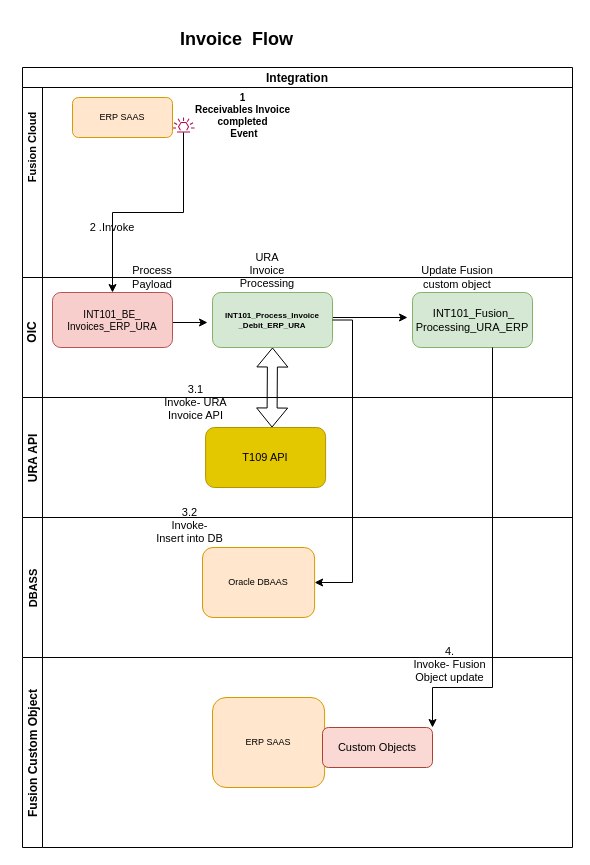
The draw.io diagram Invoice Flow Diagram.drawio in anantwag19/Workspace, before the edit. Source tidied: cells renumbered, new cells numbered last; positions are measured from the earlier drawing's top-left corner, leaving out a move shared by most shapes. Both pictures are drawn from the tidied source at 100%, with x=0, y=0 at pixel (-13, 27).
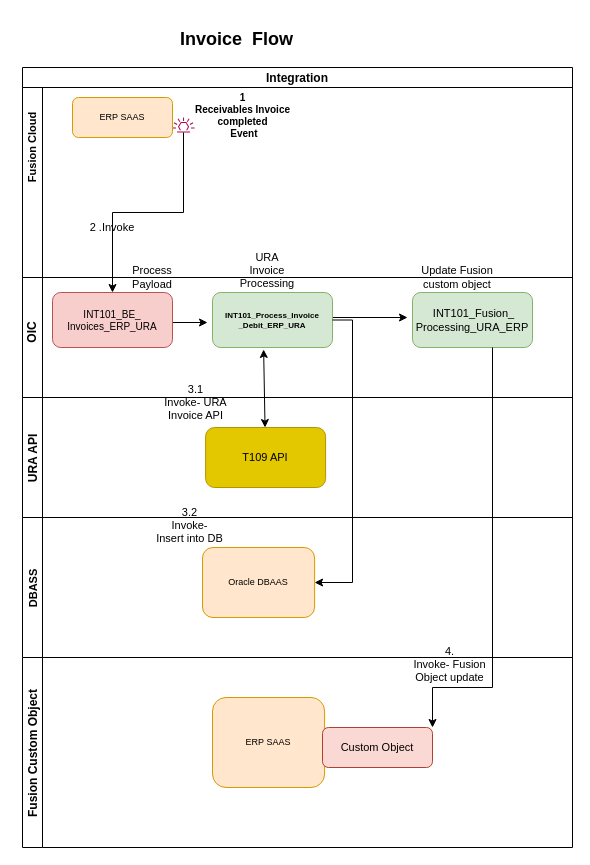
Above is the later version.

Unchanged cells that the change refers to:
```xml
<mxCell id="2" value="Integration " style="swimlane;horizontal=1;startSize=20;" parent="1" vertex="1">
  <mxGeometry x="35" y="40" width="550" height="450" as="geometry" />
</mxCell>
<mxCell id="10" style="swimlane;startSize=20;horizontal=0;" parent="2" vertex="1">
  <mxGeometry y="210" width="550" height="120" as="geometry" />
</mxCell>
<mxCell id="15" value="&lt;div style=&quot;font-size: 8px&quot;&gt;&lt;b&gt;&lt;font style=&quot;font-size: 8px&quot;&gt;INT101_Process_Invoice&lt;/font&gt;&lt;/b&gt;&lt;/div&gt;&lt;div style=&quot;font-size: 8px&quot;&gt;&lt;b&gt;&lt;font style=&quot;font-size: 8px&quot;&gt;_Debit_ERP_URA &lt;/font&gt;&lt;/b&gt;&lt;/div&gt;" style="rounded=1;whiteSpace=wrap;html=1;fillColor=#d5e8d4;strokeColor=#82b366;" parent="10" vertex="1">
  <mxGeometry x="190" y="15" width="120" height="55" as="geometry" />
</mxCell>
<mxCell id="20" value="T109 API " style="rounded=1;whiteSpace=wrap;html=1;fontSize=11;fillColor=#e3c800;fontColor=#000000;strokeColor=#B09500;" parent="19" vertex="1">
  <mxGeometry x="183.1" y="30" width="120" height="60" as="geometry" />
</mxCell>
<mxCell id="25" value="Fusion Custom Object" style="swimlane;startSize=20;horizontal=0;fontSize=12;fontStyle=1;" parent="1" vertex="1">
  <mxGeometry x="35" y="630" width="550" height="190" as="geometry" />
</mxCell>
```

What changed in the source:
```diff
@@
-    <mxCell id="18" style="shape=flexArrow;endArrow=classic;startArrow=classic;html=1;rounded=0;fontSize=9;" parent="10" edge="1">
-      <mxGeometry relative="1" as="geometry">
-        <mxPoint x="249.5" y="150" as="sourcePoint" />
-        <mxPoint x="250" y="70" as="targetPoint" />
-      </mxGeometry>
-    </mxCell>
@@
+    <mxCell id="35" style="endArrow=classic;startArrow=classic;html=1;rounded=0;fontSize=11;exitX=0.426;exitY=1.036;exitDx=0;exitDy=0;exitPerimeter=0;" parent="2" edge="1" source="15" target="20">
+      <mxGeometry relative="1" as="geometry" />
+    </mxCell>
@@
-    <mxCell id="27" value="Custom Objects" style="rounded=1;whiteSpace=wrap;html=1;fontSize=11;fillColor=#fad9d5;strokeColor=#ae4132;" parent="25" vertex="1">
+    <mxCell id="27" value="Custom Object" style="rounded=1;whiteSpace=wrap;html=1;fontSize=11;fillColor=#fad9d5;strokeColor=#ae4132;" parent="25" vertex="1">
       <mxGeometry x="300" y="70" width="110" height="40" as="geometry" />
     </mxCell>
```
